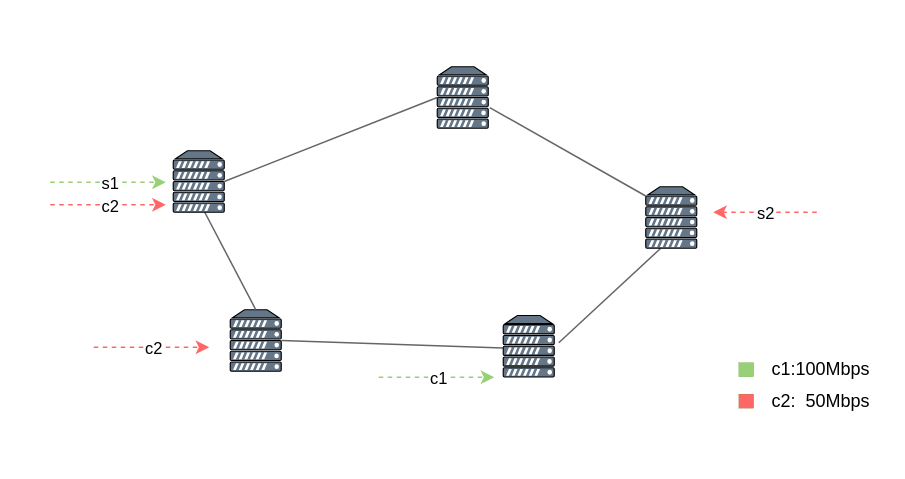
zhangluting123/drawio keeps this draw.io diagram as page "第 1 页" (1 of 2) of DRL.drawio. Above is the earlier version. Source tidied: cells renumbered, new cells numbered last; positions are measured from the earlier drawing's top-left corner, leaving out a move shared by most shapes. Both pictures are drawn from the tidied source at 150%, with x=0, y=0 at pixel (50, 66).
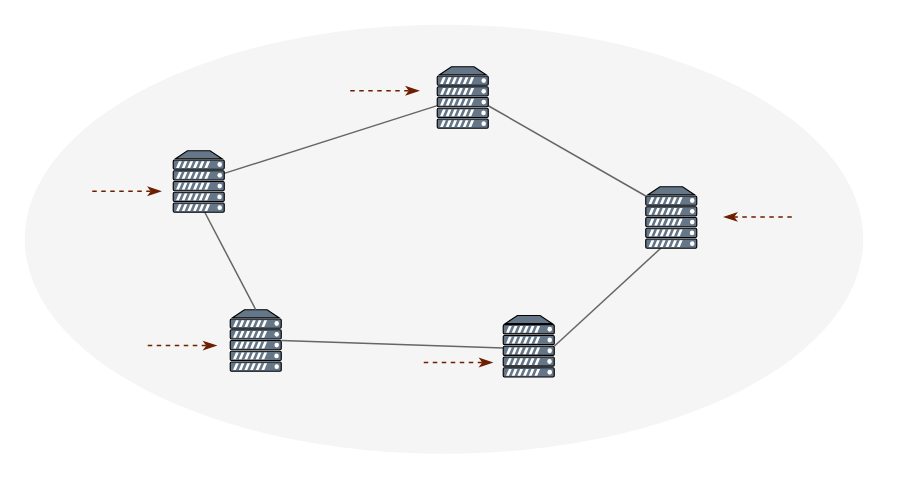
Above is the later version.

The change refers to these unchanged cells:
```xml
<mxCell id="22" style="verticalAlign=top;verticalLabelPosition=bottom;labelPosition=center;align=center;html=1;outlineConnect=0;fillColor=#647687;strokeColor=default;gradientDirection=north;strokeWidth=1;shape=mxgraph.networks.server;fontColor=#ffffff;" parent="1" vertex="1">
  <mxGeometry x="82" y="56" width="34" height="41" as="geometry" />
</mxCell>
<mxCell id="23" style="verticalAlign=top;verticalLabelPosition=bottom;labelPosition=center;align=center;html=1;outlineConnect=0;fillColor=#647687;strokeColor=default;gradientDirection=north;strokeWidth=1;shape=mxgraph.networks.server;fontColor=#ffffff;" parent="1" vertex="1">
  <mxGeometry x="258" width="34" height="41" as="geometry" />
</mxCell>
<mxCell id="24" style="verticalAlign=top;verticalLabelPosition=bottom;labelPosition=center;align=center;html=1;outlineConnect=0;fillColor=#647687;strokeColor=default;gradientDirection=north;strokeWidth=1;shape=mxgraph.networks.server;fontColor=#ffffff;" parent="1" vertex="1">
  <mxGeometry x="397" y="80" width="34" height="41" as="geometry" />
</mxCell>
<mxCell id="25" style="verticalAlign=top;verticalLabelPosition=bottom;labelPosition=center;align=center;html=1;outlineConnect=0;fillColor=#647687;strokeColor=default;gradientDirection=north;strokeWidth=1;shape=mxgraph.networks.server;fontColor=#ffffff;" parent="1" vertex="1">
  <mxGeometry x="302" y="165.8" width="34" height="41" as="geometry" />
</mxCell>
```

Diff of the diagram source:
```diff
@@
+    <mxCell id="26" style="ellipse;whiteSpace=wrap;html=1;fillColor=#f5f5f5;fontColor=#333333;strokeColor=none;" parent="1" vertex="1">
+      <mxGeometry x="-17" y="-28" width="559" height="286" as="geometry" />
+    </mxCell>
@@
-    <mxCell id="3" style="endArrow=classic;html=1;rounded=0;dashed=1;strokeColor=#97D077;" parent="1" edge="1">
-      <mxGeometry relative="1" as="geometry">
-        <mxPoint y="77" as="sourcePoint" />
-        <mxPoint x="77" y="77" as="targetPoint" />
-        <Array as="points">
-          <mxPoint x="27" y="77" />
-        </Array>
-      </mxGeometry>
-    </mxCell>
-    <mxCell id="4" value="s1" style="edgeLabel;html=1;align=center;verticalAlign=middle;dashed=1;dashPattern=1 4;strokeColor=default;strokeWidth=1;fillColor=#97D077;" parent="3" vertex="1">
-      <mxGeometry relative="1" as="geometry" />
-    </mxCell>
-    <mxCell id="5" style="endArrow=none;startArrow=none;html=1;rounded=0;fillColor=#f5f5f5;gradientColor=#b3b3b3;strokeColor=#666666;entryX=0;entryY=0.5;entryDx=0;entryDy=0;entryPerimeter=0;endFill=0;startFill=0;exitX=1;exitY=0.5;exitDx=0;exitDy=0;exitPerimeter=0;" parent="1" edge="1" source="22" target="23">
+    <mxCell id="5" style="endArrow=none;startArrow=none;html=1;rounded=0;fillColor=#f5f5f5;gradientColor=#b3b3b3;strokeColor=#666666;endFill=0;startFill=0;" parent="1" edge="1" source="22" target="23">
       <mxGeometry relative="1" as="geometry" />
     </mxCell>
@@
-    <mxCell id="8" style="endArrow=none;startArrow=none;html=1;rounded=0;strokeColor=#666666;exitX=0.5;exitY=1;exitDx=0;exitDy=0;exitPerimeter=0;fillColor=#f5f5f5;gradientColor=#b3b3b3;startFill=0;endFill=0;" parent="1" edge="1">
+    <mxCell id="8" style="endArrow=none;startArrow=none;html=1;rounded=0;strokeColor=#666666;exitX=0.5;exitY=1;exitDx=0;exitDy=0;exitPerimeter=0;fillColor=#f5f5f5;gradientColor=#b3b3b3;startFill=0;endFill=0;entryX=1;entryY=0.5;entryDx=0;entryDy=0;entryPerimeter=0;" parent="1" edge="1" target="25">
       <mxGeometry relative="1" as="geometry">
         <mxPoint x="407" y="121" as="sourcePoint" />
-        <mxPoint x="339" y="184" as="targetPoint" />
       </mxGeometry>
     </mxCell>
-    <mxCell id="9" style="endArrow=none;startArrow=none;html=1;rounded=0;strokeColor=#666666;fillColor=#f5f5f5;gradientColor=#b3b3b3;entryX=0;entryY=0.15;entryDx=0;entryDy=0;entryPerimeter=0;startFill=0;endFill=0;" parent="1" edge="1" target="24">
-      <mxGeometry relative="1" as="geometry">
-        <mxPoint x="293" y="27.2" as="sourcePoint" />
-      </mxGeometry>
+    <mxCell id="9" style="endArrow=none;startArrow=none;html=1;rounded=0;strokeColor=#666666;fillColor=#f5f5f5;gradientColor=#b3b3b3;entryX=0;entryY=0.15;entryDx=0;entryDy=0;entryPerimeter=0;startFill=0;endFill=0;exitX=1;exitY=0.634;exitDx=0;exitDy=0;exitPerimeter=0;" parent="1" edge="1" source="23" target="24">
+      <mxGeometry relative="1" as="geometry" />
     </mxCell>
-    <mxCell id="10" style="endArrow=classic;html=1;rounded=0;dashed=1;strokeColor=#FF6666;" parent="1" edge="1">
-      <mxGeometry relative="1" as="geometry">
-        <mxPoint x="29" y="187" as="sourcePoint" />
-        <mxPoint x="106" y="187" as="targetPoint" />
-        <Array as="points">
-          <mxPoint x="56" y="187" />
-        </Array>
-      </mxGeometry>
-    </mxCell>
-    <mxCell id="11" value="c2" style="edgeLabel;html=1;align=center;verticalAlign=middle;dashed=1;dashPattern=1 4;strokeColor=default;strokeWidth=1;fillColor=#97D077;" parent="10" vertex="1">
-      <mxGeometry relative="1" as="geometry" />
-    </mxCell>
-    <mxCell id="12" style="endArrow=classic;html=1;rounded=0;dashed=1;strokeColor=#97D077;" parent="1" edge="1">
-      <mxGeometry relative="1" as="geometry">
-        <mxPoint x="219" y="207" as="sourcePoint" />
-        <mxPoint x="296" y="207" as="targetPoint" />
-        <Array as="points">
-          <mxPoint x="246" y="207" />
-        </Array>
-      </mxGeometry>
-    </mxCell>
-    <mxCell id="13" value="c1" style="edgeLabel;html=1;align=center;verticalAlign=middle;dashed=1;dashPattern=1 4;strokeColor=default;strokeWidth=1;fillColor=#97D077;" parent="12" vertex="1">
-      <mxGeometry relative="1" as="geometry" />
-    </mxCell>
-    <mxCell id="14" style="endArrow=classic;html=1;rounded=0;dashed=1;strokeColor=#FF6666;" parent="1" edge="1">
-      <mxGeometry relative="1" as="geometry">
-        <mxPoint y="92" as="sourcePoint" />
-        <mxPoint x="77" y="92" as="targetPoint" />
-        <Array as="points">
-          <mxPoint x="27" y="92" />
-        </Array>
-      </mxGeometry>
-    </mxCell>
-    <mxCell id="15" value="c2" style="edgeLabel;html=1;align=center;verticalAlign=middle;dashed=1;dashPattern=1 4;strokeColor=default;strokeWidth=1;fillColor=#97D077;" parent="14" vertex="1">
-      <mxGeometry relative="1" as="geometry" />
-    </mxCell>
-    <mxCell id="16" style="endArrow=classic;html=1;rounded=0;dashed=1;strokeColor=#FF6666;" parent="1" edge="1">
-      <mxGeometry relative="1" as="geometry">
-        <mxPoint x="511" y="97" as="sourcePoint" />
-        <mxPoint x="442" y="97" as="targetPoint" />
-        <Array as="points">
-          <mxPoint x="491" y="97" />
-          <mxPoint x="468" y="97" />
-        </Array>
-      </mxGeometry>
-    </mxCell>
-    <mxCell id="17" value="s2" style="edgeLabel;html=1;align=center;verticalAlign=middle;dashed=1;dashPattern=1 4;strokeColor=default;strokeWidth=1;fillColor=#97D077;" parent="16" vertex="1">
-      <mxGeometry relative="1" as="geometry" />
-    </mxCell>
-    <mxCell id="18" value="c1:100Mbps" style="text;html=1;strokeColor=none;fillColor=none;align=center;verticalAlign=middle;whiteSpace=wrap;rounded=0;opacity=10;" parent="1" vertex="1">
-      <mxGeometry x="484" y="187" width="60" height="30" as="geometry" />
-    </mxCell>
-    <mxCell id="19" value="c2:&amp;nbsp; 50Mbps" style="text;html=1;strokeColor=none;fillColor=none;align=center;verticalAlign=middle;whiteSpace=wrap;rounded=0;opacity=10;" parent="1" vertex="1">
-      <mxGeometry x="476.2" y="208" width="75.5" height="30" as="geometry" />
-    </mxCell>
-    <mxCell id="20" style="rounded=0;whiteSpace=wrap;html=1;strokeColor=#2D7600;strokeWidth=0;fillColor=#97D077;fontColor=#ffffff;gradientColor=none;" parent="1" vertex="1">
-      <mxGeometry x="459" y="197.2" width="10" height="9.5" as="geometry" />
-    </mxCell>
-    <mxCell id="21" style="rounded=0;whiteSpace=wrap;html=1;strokeColor=#2D7600;strokeWidth=0;fillColor=#FF6666;fontColor=#ffffff;gradientColor=none;" parent="1" vertex="1">
-      <mxGeometry x="459" y="218.2" width="10" height="9.5" as="geometry" />
-    </mxCell>
@@
+    <mxCell id="27" style="endArrow=classicThin;dashed=1;html=1;rounded=0;endFill=1;fillColor=#a0522d;strokeColor=#6D1F00;" parent="1" edge="1">
+      <mxGeometry relative="1" as="geometry">
+        <mxPoint x="28" y="83" as="sourcePoint" />
+        <mxPoint x="74" y="83" as="targetPoint" />
+      </mxGeometry>
+    </mxCell>
+    <mxCell id="28" style="endArrow=classicThin;dashed=1;html=1;rounded=0;endFill=1;fillColor=#a0522d;strokeColor=#6D1F00;" parent="1" edge="1">
+      <mxGeometry relative="1" as="geometry">
+        <mxPoint x="65" y="185.9" as="sourcePoint" />
+        <mxPoint x="111" y="185.9" as="targetPoint" />
+      </mxGeometry>
+    </mxCell>
+    <mxCell id="29" style="endArrow=classicThin;dashed=1;html=1;rounded=0;endFill=1;fillColor=#a0522d;strokeColor=#6D1F00;" parent="1" edge="1">
+      <mxGeometry relative="1" as="geometry">
+        <mxPoint x="249" y="197.2" as="sourcePoint" />
+        <mxPoint x="295" y="197.2" as="targetPoint" />
+      </mxGeometry>
+    </mxCell>
+    <mxCell id="30" style="endArrow=none;dashed=1;html=1;rounded=0;endFill=0;fillColor=#a0522d;strokeColor=#6D1F00;startArrow=classicThin;startFill=1;" parent="1" edge="1">
+      <mxGeometry relative="1" as="geometry">
+        <mxPoint x="449" y="100.1" as="sourcePoint" />
+        <mxPoint x="495" y="100.1" as="targetPoint" />
+      </mxGeometry>
+    </mxCell>
+    <mxCell id="31" style="endArrow=classicThin;dashed=1;html=1;rounded=0;endFill=1;fillColor=#a0522d;strokeColor=#6D1F00;startArrow=none;startFill=0;" parent="1" edge="1">
+      <mxGeometry relative="1" as="geometry">
+        <mxPoint x="200" y="16" as="sourcePoint" />
+        <mxPoint x="246" y="16" as="targetPoint" />
+      </mxGeometry>
+    </mxCell>
```
